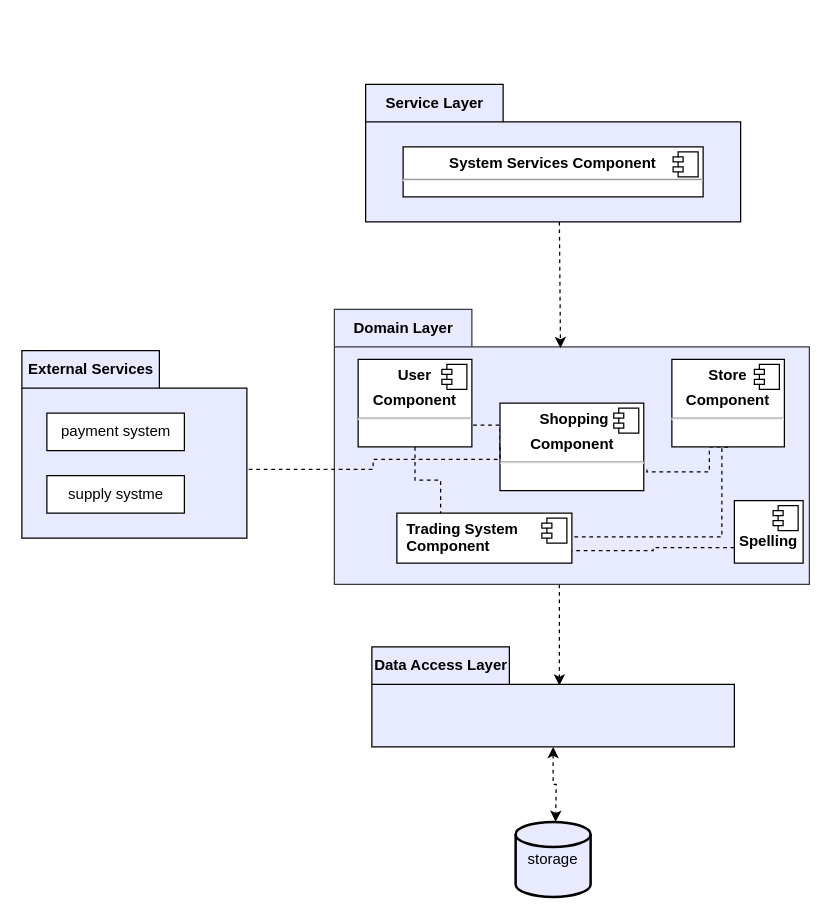
amitrub/Trading-System keeps this draw.io diagram as version_0/Split_Parts/ArchitectureDiagram/architectureDiagrma_new.drawio. Above is the earlier version. Source tidied: cells renumbered, new cells numbered last; positions are measured from the earlier drawing's top-left corner, leaving out a move shared by most shapes. Both pictures are drawn from the tidied source at 125%, with x=0, y=0 at pixel (21, 84).
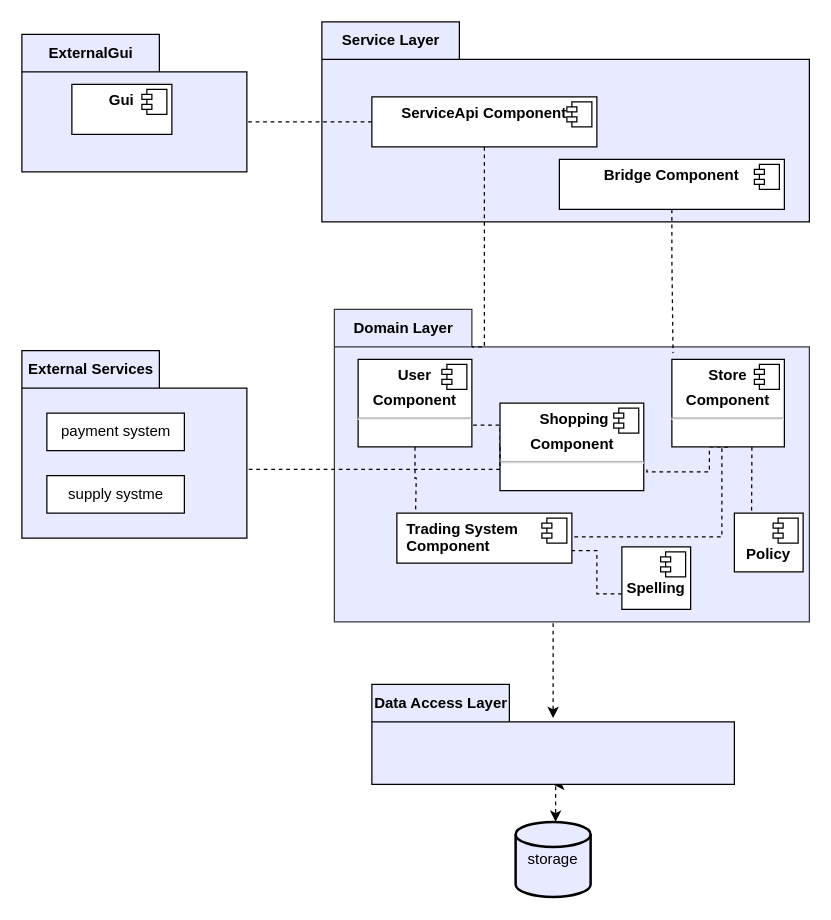
The same page after the edit.

The change refers to these unchanged cells:
```xml
<mxCell id="2" value="External Services" style="shape=folder;fontStyle=1;tabWidth=110;tabHeight=30;tabPosition=left;html=1;boundedLbl=1;labelInHeader=1;fillColor=#E8EAFF;" parent="1" vertex="1">
  <mxGeometry y="213" width="180" height="150" as="geometry" />
</mxCell>
<mxCell id="9" value="&lt;p style=&quot;margin: 0px ; margin-top: 6px ; text-align: center&quot;&gt;&lt;b&gt;&amp;nbsp;Store&amp;nbsp;&lt;/b&gt;&lt;/p&gt;&lt;p style=&quot;margin: 0px ; margin-top: 6px ; text-align: center&quot;&gt;&lt;b&gt;Component&lt;/b&gt;&lt;/p&gt;&lt;hr&gt;&lt;p style=&quot;margin: 0px ; margin-left: 8px&quot;&gt;&lt;br&gt;&lt;/p&gt;" style="align=left;overflow=fill;html=1;" parent="6" vertex="1">
  <mxGeometry x="270" y="40" width="90" height="70" as="geometry" />
</mxCell>
<mxCell id="12" value="&lt;p style=&quot;margin: 0px ; margin-top: 6px ; text-align: center&quot;&gt;&lt;span&gt;&amp;nbsp;User&amp;nbsp;&lt;/span&gt;&lt;/p&gt;&lt;p style=&quot;margin: 0px ; margin-top: 6px ; text-align: center&quot;&gt;&lt;span&gt;Component&lt;/span&gt;&lt;/p&gt;&lt;hr&gt;&lt;p style=&quot;margin: 0px ; margin-left: 8px&quot;&gt;&lt;br&gt;&lt;/p&gt;" style="align=left;overflow=fill;html=1;fontStyle=1;" parent="6" vertex="1">
  <mxGeometry x="19" y="40" width="91" height="70" as="geometry" />
</mxCell>
<mxCell id="14" value="&lt;p style=&quot;margin: 0px ; margin-top: 6px ; text-align: center&quot;&gt;&lt;/p&gt;&lt;p style=&quot;margin: 0px ; margin-left: 8px&quot;&gt;Trading System&lt;/p&gt;&lt;p style=&quot;margin: 0px ; margin-left: 8px&quot;&gt;Component&lt;/p&gt;" style="align=left;overflow=fill;html=1;fontStyle=1;" parent="6" vertex="1">
  <mxGeometry x="50" y="163" width="140" height="40" as="geometry" />
</mxCell>
<mxCell id="17" value="&lt;p style=&quot;margin: 0px ; margin-top: 6px ; text-align: center&quot;&gt;&lt;b&gt;&amp;nbsp;Shopping&lt;/b&gt;&lt;/p&gt;&lt;p style=&quot;margin: 0px ; margin-top: 6px ; text-align: center&quot;&gt;&lt;b&gt;Component&lt;/b&gt;&lt;/p&gt;&lt;hr&gt;&lt;p style=&quot;margin: 0px ; margin-left: 8px&quot;&gt;&lt;br&gt;&lt;/p&gt;" style="align=left;overflow=fill;html=1;" parent="6" vertex="1">
  <mxGeometry x="132.5" y="75" width="115" height="70" as="geometry" />
</mxCell>
```

Diff of the diagram source:
```diff
@@
-    <mxCell id="5" style="edgeStyle=orthogonalEdgeStyle;rounded=0;orthogonalLoop=1;jettySize=auto;html=1;exitX=0.5;exitY=1;exitDx=0;exitDy=0;exitPerimeter=0;entryX=0.638;entryY=0.388;entryDx=0;entryDy=0;entryPerimeter=0;dashed=1;startArrow=none;startFill=0;" parent="1" edge="1">
+    <mxCell id="5" style="edgeStyle=orthogonalEdgeStyle;rounded=0;orthogonalLoop=1;jettySize=auto;html=1;exitX=0.5;exitY=1;exitDx=0;exitDy=0;exitPerimeter=0;dashed=1;startArrow=none;startFill=0;" parent="1" edge="1">
       <mxGeometry relative="1" as="geometry">
         <mxPoint x="430" y="400" as="sourcePoint" />
-        <mxPoint x="430" y="481" as="targetPoint" />
+        <mxPoint x="425" y="507" as="targetPoint" />
+        <Array as="points">
+          <mxPoint x="425" y="400" />
+          <mxPoint x="425" y="507" />
+        </Array>
       </mxGeometry>
     </mxCell>
     <mxCell id="6" value="Domain Layer" style="shape=folder;fontStyle=1;tabWidth=110;tabHeight=30;tabPosition=left;html=1;boundedLbl=1;labelInHeader=1;strokeColor=#36393d;fillColor=#E8EAFF;" parent="1" vertex="1">
-      <mxGeometry x="250" y="180" width="380" height="220" as="geometry" />
+      <mxGeometry x="250" y="180" width="380" height="250" as="geometry" />
     </mxCell>
@@
+    <mxCell id="30" style="edgeStyle=orthogonalEdgeStyle;rounded=0;jettySize=auto;html=1;entryX=0.25;entryY=0;entryDx=0;entryDy=0;dashed=1;endArrow=none;endFill=0;" parent="6" edge="1" source="9" target="31">
+      <mxGeometry relative="1" as="geometry">
+        <Array as="points">
+          <mxPoint x="334" y="120" />
+          <mxPoint x="334" y="120" />
+        </Array>
+      </mxGeometry>
+    </mxCell>
@@
-    <mxCell id="11" style="edgeStyle=orthogonalEdgeStyle;rounded=0;jettySize=auto;html=1;exitX=0.5;exitY=1;exitDx=0;exitDy=0;entryX=0.25;entryY=0;entryDx=0;entryDy=0;dashed=1;endArrow=none;endFill=0;" parent="6" edge="1" source="12" target="14">
-      <mxGeometry relative="1" as="geometry" />
+    <mxCell id="11" style="edgeStyle=orthogonalEdgeStyle;rounded=0;jettySize=auto;html=1;exitX=0.5;exitY=1;exitDx=0;exitDy=0;dashed=1;endArrow=none;endFill=0;" parent="6" edge="1" source="12">
+      <mxGeometry relative="1" as="geometry">
+        <mxPoint x="65" y="160" as="targetPoint" />
+      </mxGeometry>
     </mxCell>
@@
     <mxCell id="20" value="&lt;p style=&quot;margin: 0px ; margin-top: 6px ; text-align: center&quot;&gt;&lt;br&gt;&lt;/p&gt;&lt;p style=&quot;margin: 0px ; margin-top: 6px ; text-align: center&quot;&gt;&lt;b&gt;Spelling&lt;/b&gt;&lt;/p&gt;" style="align=left;overflow=fill;html=1;" parent="6" vertex="1">
-      <mxGeometry x="320" y="153" width="55" height="50" as="geometry" />
+      <mxGeometry x="230" y="190" width="55" height="50" as="geometry" />
     </mxCell>
@@
+    <mxCell id="31" value="&lt;p style=&quot;margin: 0px ; margin-top: 6px ; text-align: center&quot;&gt;&lt;br&gt;&lt;/p&gt;&lt;p style=&quot;margin: 0px ; margin-top: 6px ; text-align: center&quot;&gt;&lt;b&gt;Policy&lt;/b&gt;&lt;/p&gt;" style="align=left;overflow=fill;html=1;" parent="6" vertex="1">
+      <mxGeometry x="320" y="163" width="55" height="47" as="geometry" />
+    </mxCell>
+    <mxCell id="32" style="shape=component;jettyWidth=8;jettyHeight=4;" parent="31" vertex="1">
+      <mxGeometry x="1" width="20" height="20" relative="1" as="geometry">
+        <mxPoint x="-24" y="4" as="offset" />
+      </mxGeometry>
+    </mxCell>
@@
     <mxCell id="23" value="Data Access Layer" style="shape=folder;fontStyle=1;tabWidth=110;tabHeight=30;tabPosition=left;html=1;boundedLbl=1;labelInHeader=1;fillColor=#E8EAFF;" parent="1" vertex="1">
-      <mxGeometry x="280" y="450" width="290" height="80" as="geometry" />
+      <mxGeometry x="280" y="480" width="290" height="80" as="geometry" />
     </mxCell>
-    <mxCell id="24" style="edgeStyle=orthogonalEdgeStyle;rounded=0;orthogonalLoop=1;jettySize=auto;html=1;exitX=0.5;exitY=1;exitDx=0;exitDy=0;exitPerimeter=0;entryX=0.397;entryY=0.141;entryDx=0;entryDy=0;entryPerimeter=0;dashed=1;startArrow=none;startFill=0;" parent="1" edge="1">
-      <mxGeometry relative="1" as="geometry">
-        <mxPoint x="430" y="110" as="sourcePoint" />
-        <mxPoint x="430.9" y="211" as="targetPoint" />
-        <Array as="points">
-          <mxPoint x="431" y="110" />
-        </Array>
-      </mxGeometry>
-    </mxCell>
     <mxCell id="25" value="Service Layer" style="shape=folder;fontStyle=1;tabWidth=110;tabHeight=30;tabPosition=left;html=1;boundedLbl=1;labelInHeader=1;fillColor=#E8EAFF;" parent="1" vertex="1">
-      <mxGeometry x="275" width="300" height="110" as="geometry" />
+      <mxGeometry x="240" y="-50" width="390" height="160" as="geometry" />
     </mxCell>
-    <mxCell id="26" value="&lt;p style=&quot;margin: 0px ; margin-top: 6px ; text-align: center&quot;&gt;&lt;span&gt;System Services Component&lt;/span&gt;&lt;/p&gt;&lt;hr&gt;&lt;p style=&quot;margin: 0px ; margin-left: 8px&quot;&gt;&lt;br&gt;&lt;/p&gt;" style="align=left;overflow=fill;html=1;fontStyle=1;" parent="25" vertex="1">
-      <mxGeometry x="30" y="50" width="240" height="40" as="geometry" />
+    <mxCell id="26" value="&lt;p style=&quot;margin: 0px ; margin-top: 6px ; text-align: center&quot;&gt;&lt;span&gt;ServiceApi Component&lt;/span&gt;&lt;br&gt;&lt;/p&gt;" style="align=left;overflow=fill;html=1;fontStyle=1;" parent="25" vertex="1">
+      <mxGeometry x="40" y="60" width="180" height="40" as="geometry" />
     </mxCell>
@@
+    <mxCell id="33" value="&lt;p style=&quot;margin: 0px ; margin-top: 6px ; text-align: center&quot;&gt;Bridge Component&lt;/p&gt;" style="align=left;overflow=fill;html=1;fontStyle=1;" parent="25" vertex="1">
+      <mxGeometry x="190" y="110" width="180" height="40" as="geometry" />
+    </mxCell>
+    <mxCell id="34" style="shape=component;jettyWidth=8;jettyHeight=4;" parent="33" vertex="1">
+      <mxGeometry x="1" width="20" height="20" relative="1" as="geometry">
+        <mxPoint x="-24" y="4" as="offset" />
+      </mxGeometry>
+    </mxCell>
@@
     <mxCell id="29" style="edgeStyle=orthogonalEdgeStyle;rounded=0;jettySize=auto;html=1;exitX=0;exitY=0.5;exitDx=0;exitDy=0;entryX=1.002;entryY=0.633;entryDx=0;entryDy=0;entryPerimeter=0;dashed=1;endArrow=none;endFill=0;" parent="1" edge="1" source="17" target="2">
       <mxGeometry relative="1" as="geometry">
         <Array as="points">
-          <mxPoint x="383" y="300" />
-          <mxPoint x="281" y="300" />
-          <mxPoint x="281" y="308" />
+          <mxPoint x="383" y="308" />
         </Array>
       </mxGeometry>
     </mxCell>
+    <mxCell id="35" value="ExternalGui" style="shape=folder;fontStyle=1;tabWidth=110;tabHeight=30;tabPosition=left;html=1;boundedLbl=1;labelInHeader=1;fillColor=#E8EAFF;" parent="1" vertex="1">
+      <mxGeometry y="-40" width="180" height="110" as="geometry" />
+    </mxCell>
+    <mxCell id="36" value="&lt;p style=&quot;margin: 0px ; margin-top: 6px ; text-align: center&quot;&gt;&lt;span&gt;Gui&lt;/span&gt;&lt;br&gt;&lt;/p&gt;" style="align=left;overflow=fill;html=1;fontStyle=1;" parent="35" vertex="1">
+      <mxGeometry x="40" y="40" width="80" height="40" as="geometry" />
+    </mxCell>
+    <mxCell id="37" style="shape=component;jettyWidth=8;jettyHeight=4;" parent="36" vertex="1">
+      <mxGeometry x="1" width="20" height="20" relative="1" as="geometry">
+        <mxPoint x="-24" y="4" as="offset" />
+      </mxGeometry>
+    </mxCell>
+    <mxCell id="38" style="edgeStyle=orthogonalEdgeStyle;rounded=0;jettySize=auto;html=1;dashed=1;endArrow=none;endFill=0;" parent="1" edge="1" source="26" target="35">
+      <mxGeometry relative="1" as="geometry">
+        <Array as="points">
+          <mxPoint x="300" y="15" />
+          <mxPoint x="300" y="15" />
+        </Array>
+      </mxGeometry>
+    </mxCell>
+    <mxCell id="39" style="edgeStyle=orthogonalEdgeStyle;rounded=0;jettySize=auto;html=1;entryX=0.713;entryY=0.14;entryDx=0;entryDy=0;entryPerimeter=0;dashed=1;endArrow=none;endFill=0;" parent="1" edge="1" source="33" target="6">
+      <mxGeometry relative="1" as="geometry" />
+    </mxCell>
+    <mxCell id="40" style="edgeStyle=orthogonalEdgeStyle;rounded=0;jettySize=auto;html=1;entryX=0;entryY=0;entryDx=110;entryDy=30;entryPerimeter=0;dashed=1;endArrow=none;endFill=0;" parent="1" edge="1" source="26" target="6">
+      <mxGeometry relative="1" as="geometry">
+        <Array as="points">
+          <mxPoint x="370" y="210" />
+        </Array>
+      </mxGeometry>
+    </mxCell>
```
